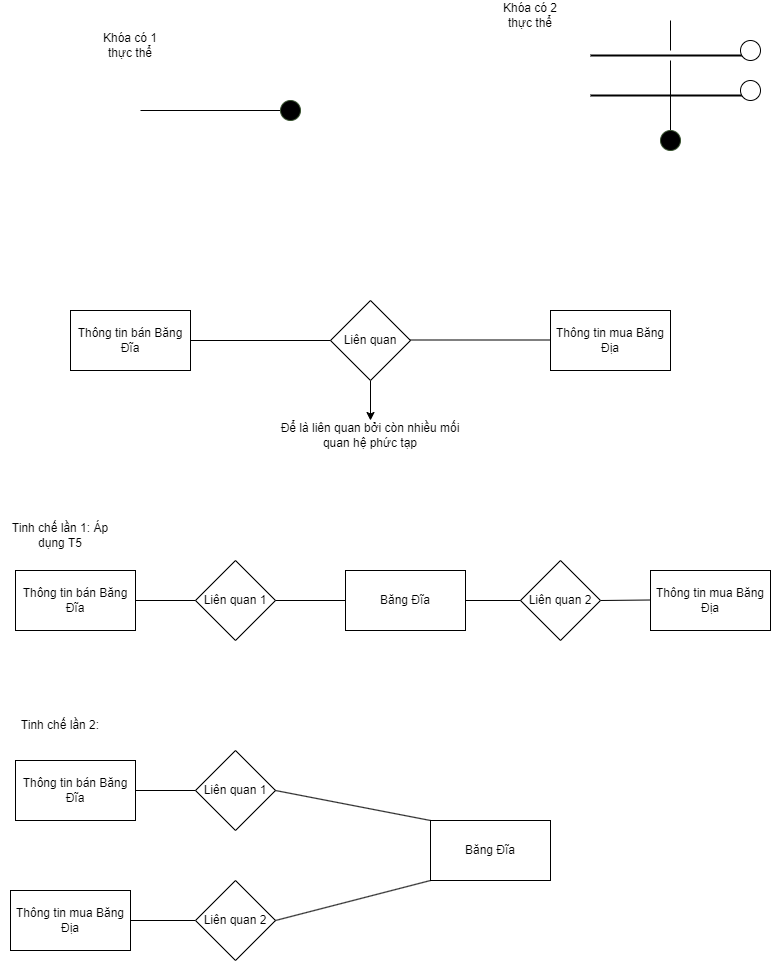
Earlier version of the draw.io export Khóa(Chương 2).png (datnham0212/learning). Source tidied: cells renumbered, new cells last; positions are measured from the earlier drawing's top-left corner, leaving out a move shared by most shapes.
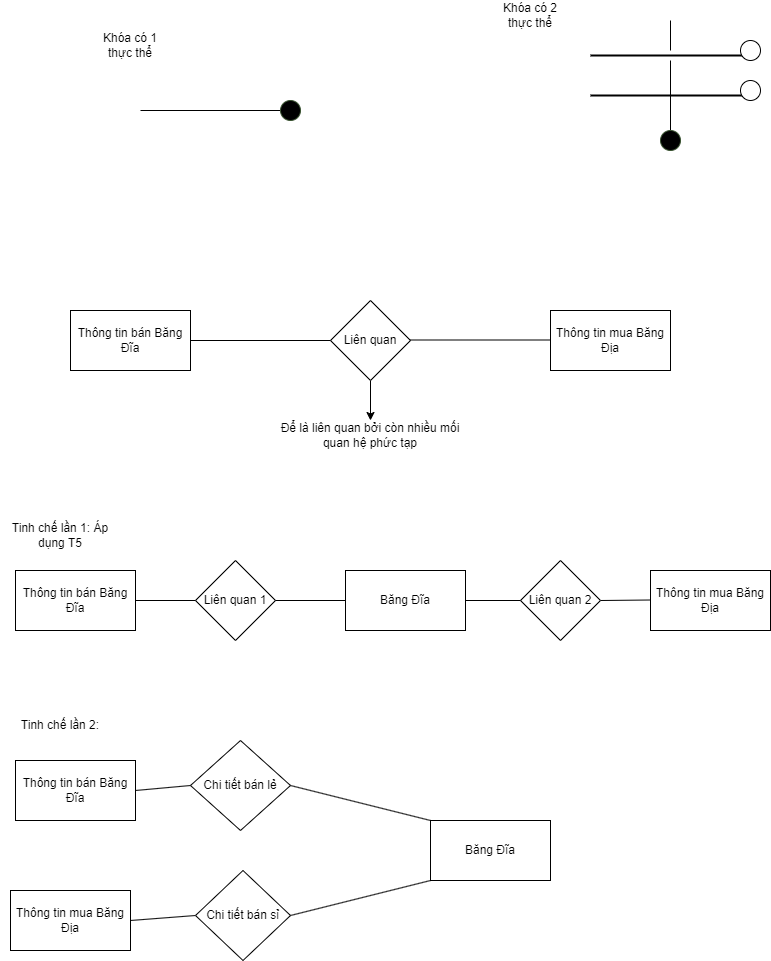
Above is the later version.

Change to the diagram source:
```diff
@@ -112,8 +112,8 @@
     <mxCell id="31" value="Băng Đĩa" style="rounded=0;whiteSpace=wrap;html=1;" parent="1" vertex="1">
       <mxGeometry x="430" y="820" width="120" height="60" as="geometry" />
     </mxCell>
-    <mxCell id="32" value="Liên quan 1" style="rhombus;whiteSpace=wrap;html=1;" parent="1" vertex="1">
-      <mxGeometry x="195" y="750" width="80" height="80" as="geometry" />
+    <mxCell id="32" value="Chi tiết bán lẻ" style="rhombus;whiteSpace=wrap;html=1;" parent="1" vertex="1">
+      <mxGeometry x="190" y="740" width="100" height="90" as="geometry" />
     </mxCell>
     <mxCell id="33" value="Thông tin mua Băng Địa" style="rounded=0;whiteSpace=wrap;html=1;" parent="1" vertex="1">
       <mxGeometry x="10" y="890" width="120" height="60" as="geometry" />
@@ -129,16 +129,14 @@
     <mxCell id="36" style="endArrow=none;html=1;rounded=0;entryX=1;entryY=0.5;entryDx=0;entryDy=0;exitX=0;exitY=0.5;exitDx=0;exitDy=0;" parent="1" edge="1" source="37" target="33">
       <mxGeometry relative="1" as="geometry" />
     </mxCell>
-    <mxCell id="37" value="Liên quan 2" style="rhombus;whiteSpace=wrap;html=1;" parent="1" vertex="1">
-      <mxGeometry x="195" y="880" width="80" height="80" as="geometry" />
+    <mxCell id="37" value="Chi tiết bán sỉ" style="rhombus;whiteSpace=wrap;html=1;" parent="1" vertex="1">
+      <mxGeometry x="195" y="870" width="95" height="90" as="geometry" />
     </mxCell>
     <mxCell id="38" style="endArrow=none;html=1;rounded=0;entryX=1;entryY=0.5;entryDx=0;entryDy=0;exitX=0;exitY=1;exitDx=0;exitDy=0;" parent="1" edge="1" source="31" target="37">
       <mxGeometry relative="1" as="geometry" />
     </mxCell>
-    <mxCell id="39" style="endArrow=none;html=1;rounded=0;entryX=0;entryY=0;entryDx=0;entryDy=0;" parent="1" edge="1" target="31">
-      <mxGeometry relative="1" as="geometry">
-        <mxPoint x="275" y="790" as="sourcePoint" />
-      </mxGeometry>
+    <mxCell id="39" style="endArrow=none;html=1;rounded=0;entryX=0;entryY=0;entryDx=0;entryDy=0;exitX=1;exitY=0.5;exitDx=0;exitDy=0;" parent="1" edge="1" source="32" target="31">
+      <mxGeometry relative="1" as="geometry" />
     </mxCell>
   </root>
 </mxGraphModel>
```
